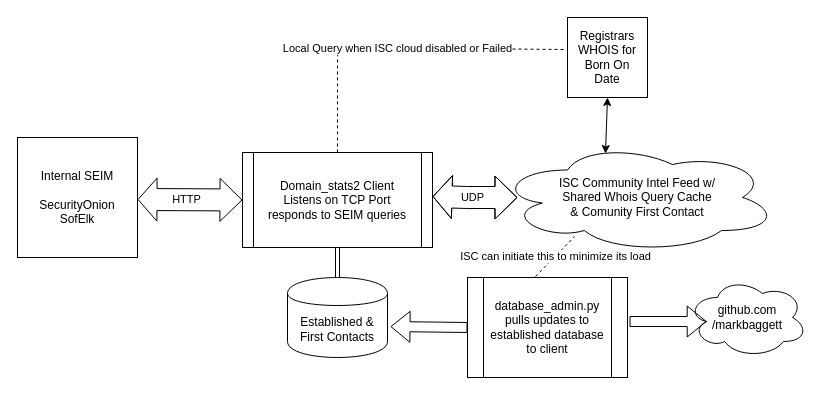
The draw.io diagram overview.drawio in MarkBaggett/domain_stats2, before the edit. Source tidied: cells renumbered, new cells numbered last; positions are measured from the earlier drawing's top-left corner, leaving out a move shared by most shapes. Both pictures are drawn from the tidied source at 100%, with x=0, y=0 at pixel (17, 17).
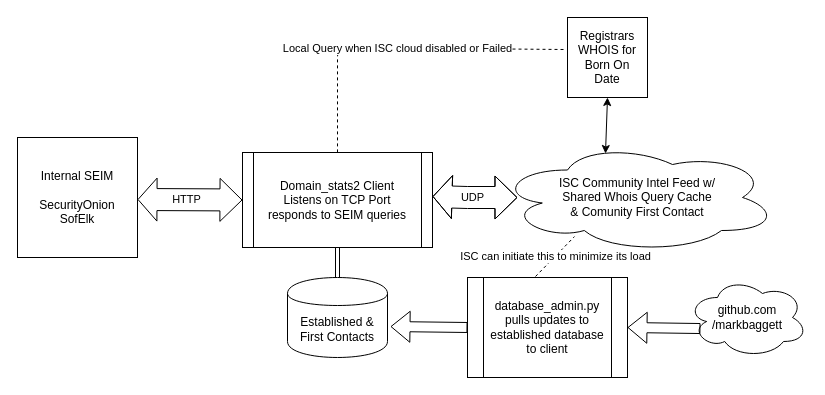
After the change.

The change refers to these unchanged cells:
```xml
<mxCell id="12" value="&lt;div&gt;database_admin.py pulls updates to established database to client &lt;br&gt;&lt;/div&gt;" style="shape=process;whiteSpace=wrap;html=1;backgroundOutline=1;" parent="1" vertex="1">
  <mxGeometry x="450" y="260" width="160" height="100" as="geometry" />
</mxCell>
<mxCell id="13" value="&lt;div&gt;github.com&lt;/div&gt;&lt;div&gt;/markbaggett&lt;/div&gt;" style="ellipse;shape=cloud;whiteSpace=wrap;html=1;" parent="1" vertex="1">
  <mxGeometry x="670" y="260" width="120" height="80" as="geometry" />
</mxCell>
```

What changed in the source:
```diff
@@
-    <mxCell id="15" style="shape=flexArrow;endArrow=classic;html=1;entryX=0.16;entryY=0.55;entryDx=0;entryDy=0;entryPerimeter=0;" parent="1" edge="1" target="13">
-      <mxGeometry relative="1" as="geometry">
-        <mxPoint x="612" y="304" as="sourcePoint" />
-      </mxGeometry>
+    <mxCell id="15" style="shape=flexArrow;endArrow=classic;html=1;entryX=1;entryY=0.5;entryDx=0;entryDy=0;exitX=0.108;exitY=0.638;exitDx=0;exitDy=0;exitPerimeter=0;" parent="1" edge="1" source="13" target="12">
+      <mxGeometry relative="1" as="geometry" />
     </mxCell>
```
